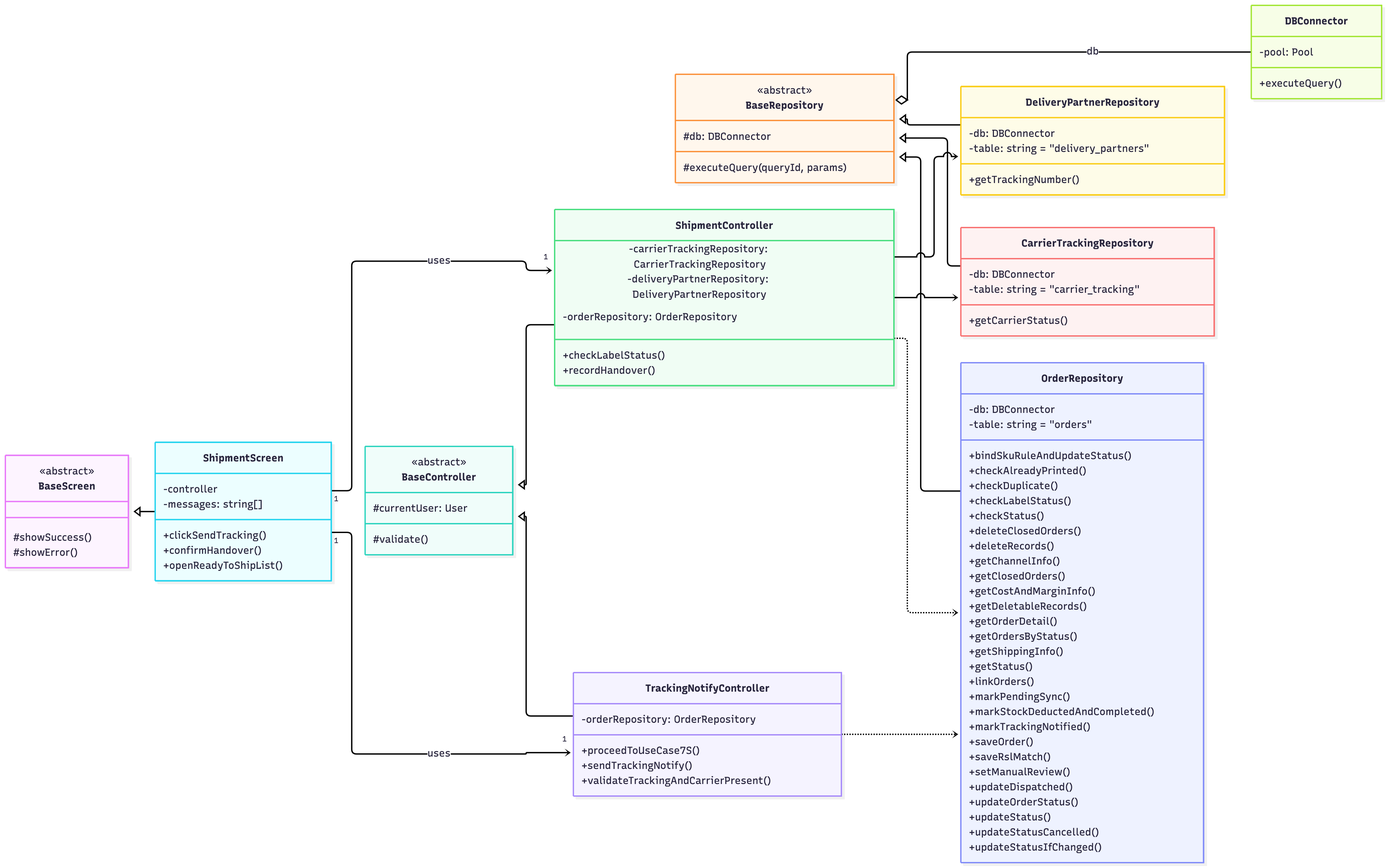
The Mermaid diagram 04-chapter2-diagrams-database/diagrams/png/class-6.png in xbpkdi/321-sa-proj, before a commit. Its source is kept beside it as 04-chapter2-diagrams-database/diagrams/src/class-6.mmd.
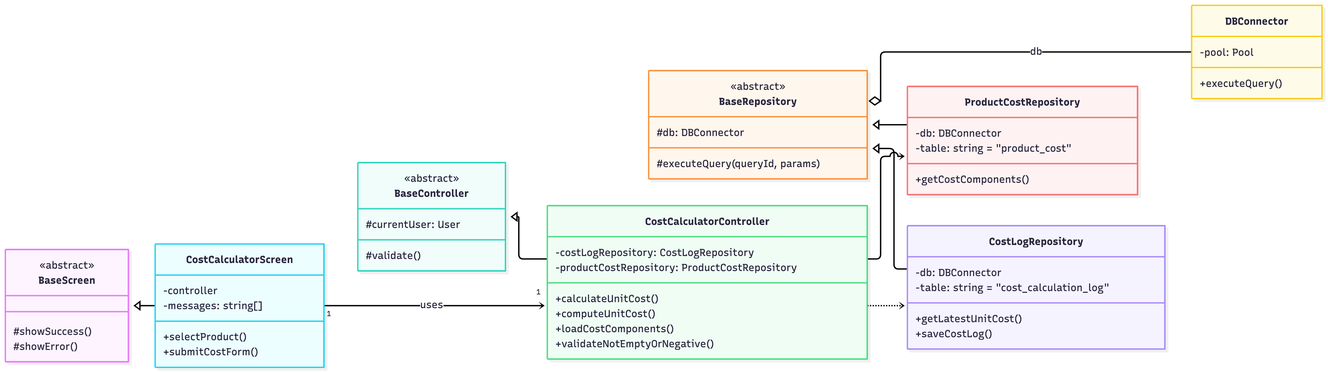
Above is the later version.

Diff of the diagram source:
```diff
@@ -16,81 +16,40 @@
         #db: DBConnector
         #executeQuery(queryId, params)
     }
-    class ShipmentScreen {
+    class CostCalculatorScreen {
         -controller
         -messages: string[]
-        +clickSendTracking()
-        +confirmHandover()
-        +openReadyToShipList()
+        +selectProduct()
+        +submitCostForm()
     }
-    class ShipmentController {
-        -carrierTrackingRepository: CarrierTrackingRepository
-        -deliveryPartnerRepository: DeliveryPartnerRepository
-        -orderRepository: OrderRepository
-        +checkLabelStatus()
-        +recordHandover()
+    class CostCalculatorController {
+        -costLogRepository: CostLogRepository
+        -productCostRepository: ProductCostRepository
+        +calculateUnitCost()
+        +computeUnitCost()
+        +loadCostComponents()
+        +validateNotEmptyOrNegative()
     }
-    class TrackingNotifyController {
-        -orderRepository: OrderRepository
-        +proceedToUseCase7S()
-        +sendTrackingNotify()
-        +validateTrackingAndCarrierPresent()
+    class CostLogRepository {
+        -db: DBConnector
+        -table: string = "cost_calculation_log"
+        +getLatestUnitCost()
+        +saveCostLog()
     }
-    class CarrierTrackingRepository {
+    class ProductCostRepository {
         -db: DBConnector
-        -table: string = "carrier_tracking"
-        +getCarrierStatus()
-    }
-    class DeliveryPartnerRepository {
-        -db: DBConnector
-        -table: string = "delivery_partners"
-        +getTrackingNumber()
-    }
-    class OrderRepository {
-        -db: DBConnector
-        -table: string = "orders"
-        +bindSkuRuleAndUpdateStatus()
-        +checkAlreadyPrinted()
-        +checkDuplicate()
-        +checkLabelStatus()
-        +checkStatus()
-        +deleteClosedOrders()
-        +deleteRecords()
-        +getChannelInfo()
-        +getClosedOrders()
-        +getCostAndMarginInfo()
-        +getDeletableRecords()
-        +getOrderDetail()
-        +getOrdersByStatus()
-        +getShippingInfo()
-        +getStatus()
-        +linkOrders()
-        +markPendingSync()
-        +markStockDeductedAndCompleted()
-        +markTrackingNotified()
-        +saveOrder()
-        +saveRslMatch()
-        +setManualReview()
-        +updateDispatched()
-        +updateOrderStatus()
-        +updateStatus()
-        +updateStatusCancelled()
-        +updateStatusIfChanged()
+        -table: string = "product_cost"
+        +getCostComponents()
     }
     class DBConnector {
         -pool: Pool
         +executeQuery()
     }
-    BaseScreen <|-- ShipmentScreen
-    BaseController <|-- ShipmentController
-    BaseController <|-- TrackingNotifyController
-    BaseRepository <|-- CarrierTrackingRepository
-    BaseRepository <|-- DeliveryPartnerRepository
-    BaseRepository <|-- OrderRepository
+    BaseScreen <|-- CostCalculatorScreen
+    BaseController <|-- CostCalculatorController
+    BaseRepository <|-- CostLogRepository
+    BaseRepository <|-- ProductCostRepository
     BaseRepository o-- DBConnector : db
-    ShipmentScreen "1" --> "1" ShipmentController : uses
-    ShipmentScreen "1" --> "1" TrackingNotifyController : uses
-    ShipmentController ..> CarrierTrackingRepository
-    ShipmentController ..> DeliveryPartnerRepository
-    ShipmentController ..> OrderRepository
-    TrackingNotifyController ..> OrderRepository
+    CostCalculatorScreen "1" --> "1" CostCalculatorController : uses
+    CostCalculatorController ..> CostLogRepository
+    CostCalculatorController ..> ProductCostRepository
```
